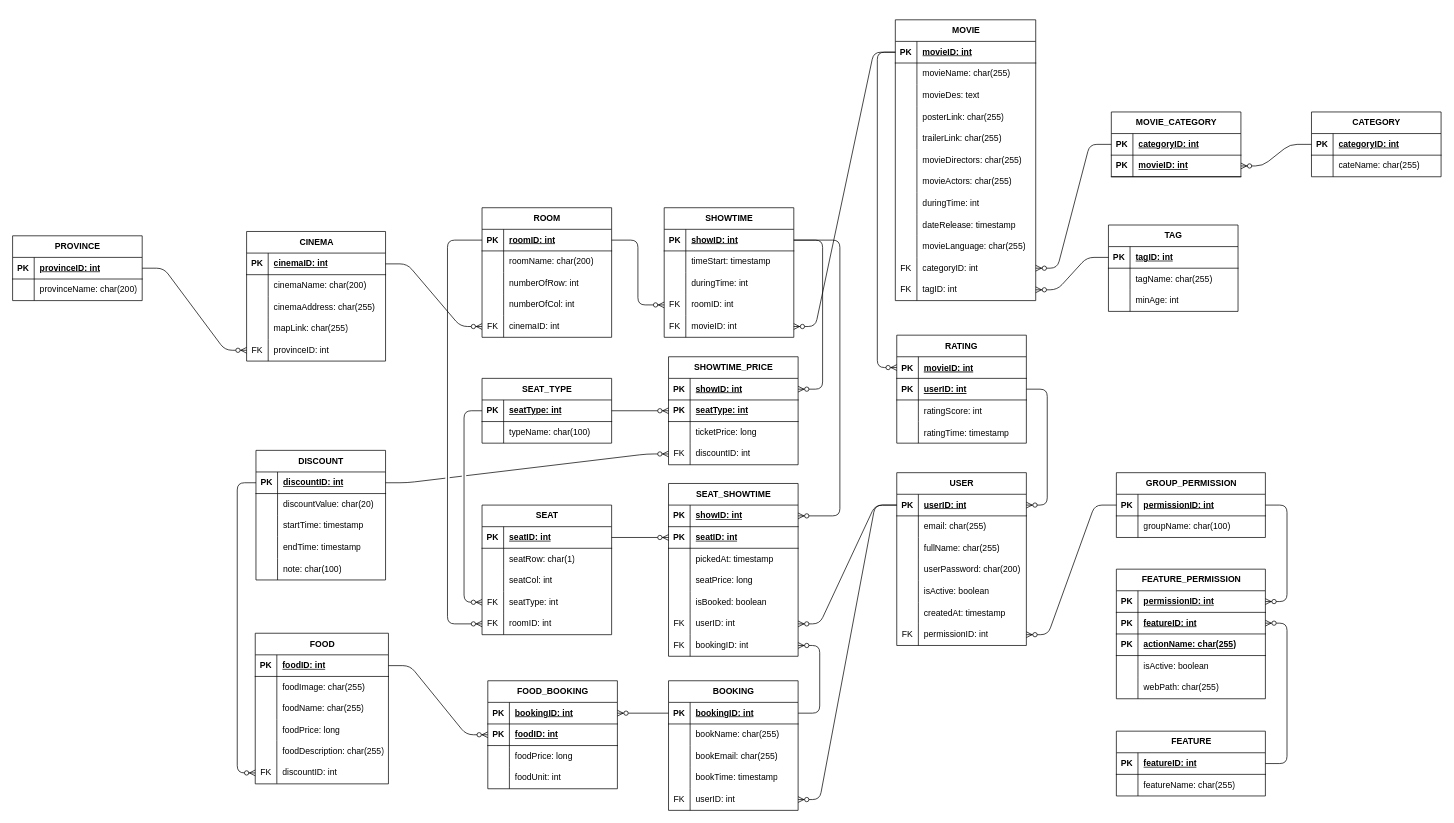
This is page "Official" (1 of 3) of movie_booking.drawio from teamdptl/WebsiteRapPhim, a draw.io file, before an edit. Source tidied: cells renumbered, new cells numbered last; positions are measured from the earlier drawing's top-left corner, leaving out a move shared by most shapes. Both pictures are drawn from the tidied source at 72%, with x=0, y=0 at pixel (12, 19).
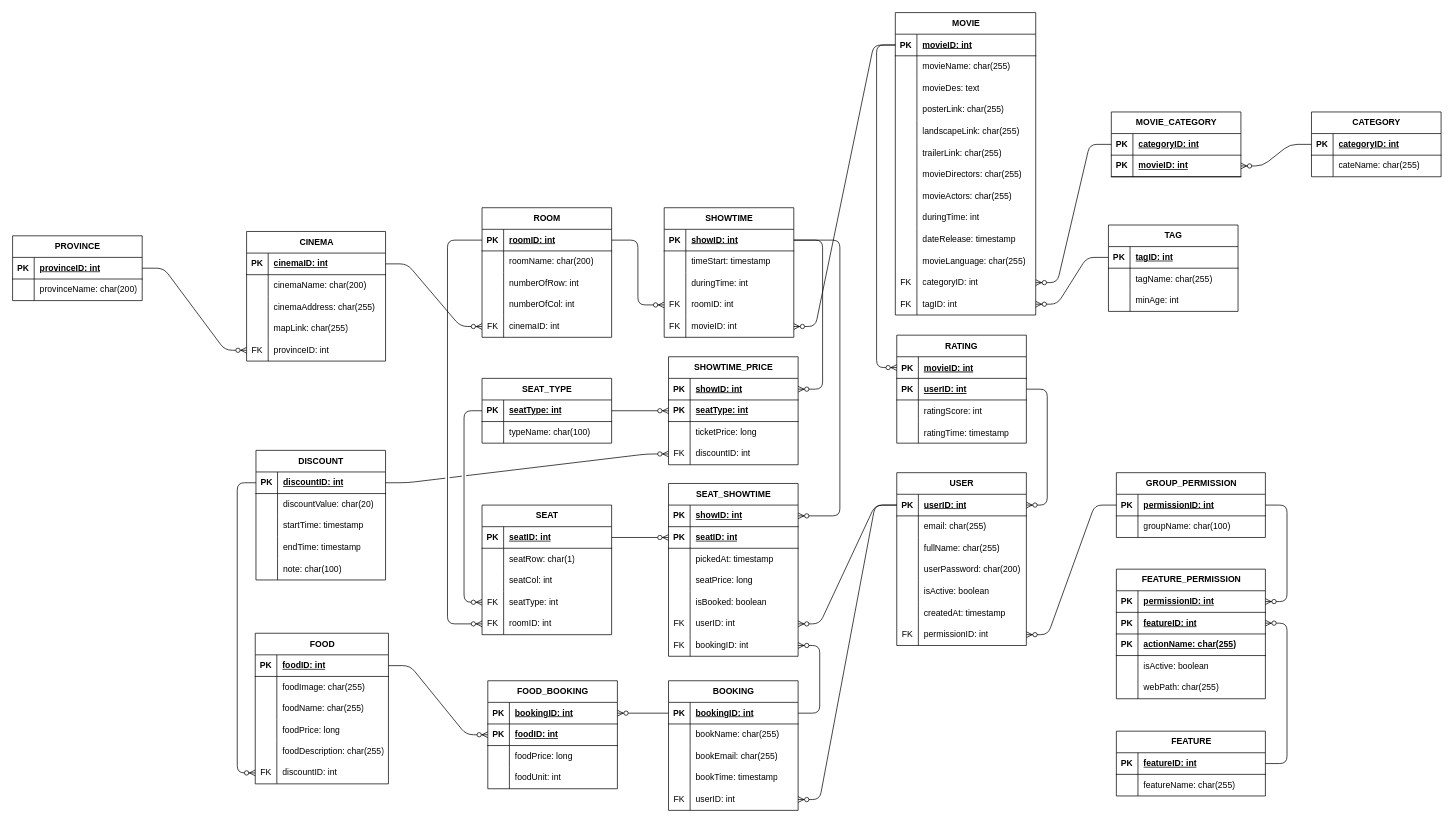
After the change.

Unchanged cells that the change refers to:
```xml
<mxCell id="125" style="shape=tableRow;horizontal=0;startSize=0;swimlaneHead=0;swimlaneBody=0;fillColor=none;points=[[0,0.5],[1,0.5]];portConstraint=eastwest;top=0;left=0;right=0;bottom=1;" parent="124" vertex="1">
  <mxGeometry y="30" width="195" height="30" as="geometry" />
</mxCell>
<mxCell id="181" style="shape=tableRow;horizontal=0;startSize=0;swimlaneHead=0;swimlaneBody=0;fillColor=none;points=[[0,0.5],[1,0.5]];portConstraint=eastwest;top=0;left=0;right=0;bottom=1;" parent="180" vertex="1">
  <mxGeometry y="30" width="180" height="30" as="geometry" />
</mxCell>
```

Change to the diagram source:
```diff
@@
     <mxCell id="124" value="MOVIE" style="shape=table;startSize=30;childLayout=tableLayout;rowLines=0;fontStyle=1;align=center;html=1;" parent="1" vertex="1">
-      <mxGeometry x="1226" width="195" height="390" as="geometry" />
+      <mxGeometry x="1226" y="-10" width="195" height="420" as="geometry" />
     </mxCell>
@@
+    <mxCell id="330" style="shape=tableRow;horizontal=0;startSize=0;swimlaneHead=0;swimlaneBody=0;fillColor=none;top=0;left=0;right=0;bottom=0;" parent="124" vertex="1">
+      <mxGeometry y="150" width="195" height="30" as="geometry" />
+    </mxCell>
+    <mxCell id="331" style="shape=partialRectangle;fillColor=none;top=0;left=0;bottom=0;right=0;overflow=hidden;whiteSpace=wrap;html=1;" parent="330" vertex="1">
+      <mxGeometry width="30" height="30" as="geometry" />
+    </mxCell>
+    <mxCell id="332" value="landscapeLink: char(255)" style="shape=partialRectangle;fillColor=none;top=0;left=0;bottom=0;right=0;align=left;spacingLeft=6;overflow=hidden;whiteSpace=wrap;html=1;" parent="330" vertex="1">
+      <mxGeometry x="30" width="165" height="30" as="geometry" />
+    </mxCell>
     <mxCell id="137" style="shape=tableRow;horizontal=0;startSize=0;swimlaneHead=0;swimlaneBody=0;fillColor=none;top=0;left=0;right=0;bottom=0;" parent="124" vertex="1">
-      <mxGeometry y="150" width="195" height="30" as="geometry" />
+      <mxGeometry y="180" width="195" height="30" as="geometry" />
     </mxCell>
@@
     <mxCell id="140" style="shape=tableRow;horizontal=0;startSize=0;swimlaneHead=0;swimlaneBody=0;fillColor=none;top=0;left=0;right=0;bottom=0;" parent="124" vertex="1">
-      <mxGeometry y="180" width="195" height="30" as="geometry" />
+      <mxGeometry y="210" width="195" height="30" as="geometry" />
     </mxCell>
@@
     <mxCell id="143" style="shape=tableRow;horizontal=0;startSize=0;swimlaneHead=0;swimlaneBody=0;fillColor=none;top=0;left=0;right=0;bottom=0;" parent="124" vertex="1">
-      <mxGeometry y="210" width="195" height="30" as="geometry" />
+      <mxGeometry y="240" width="195" height="30" as="geometry" />
     </mxCell>
@@
     <mxCell id="146" style="shape=tableRow;horizontal=0;startSize=0;swimlaneHead=0;swimlaneBody=0;fillColor=none;top=0;left=0;right=0;bottom=0;" parent="124" vertex="1">
-      <mxGeometry y="240" width="195" height="30" as="geometry" />
+      <mxGeometry y="270" width="195" height="30" as="geometry" />
     </mxCell>
@@
     <mxCell id="149" style="shape=tableRow;horizontal=0;startSize=0;swimlaneHead=0;swimlaneBody=0;fillColor=none;top=0;left=0;right=0;bottom=0;" parent="124" vertex="1">
-      <mxGeometry y="270" width="195" height="30" as="geometry" />
+      <mxGeometry y="300" width="195" height="30" as="geometry" />
     </mxCell>
@@
     <mxCell id="152" style="shape=tableRow;horizontal=0;startSize=0;swimlaneHead=0;swimlaneBody=0;fillColor=none;top=0;left=0;right=0;bottom=0;" parent="124" vertex="1">
-      <mxGeometry y="300" width="195" height="30" as="geometry" />
+      <mxGeometry y="330" width="195" height="30" as="geometry" />
     </mxCell>
@@
     <mxCell id="155" style="shape=tableRow;horizontal=0;startSize=0;swimlaneHead=0;swimlaneBody=0;fillColor=none;points=[[0,0.5],[1,0.5]];portConstraint=eastwest;top=0;left=0;right=0;bottom=0;" parent="124" vertex="1">
-      <mxGeometry y="330" width="195" height="30" as="geometry" />
+      <mxGeometry y="360" width="195" height="30" as="geometry" />
     </mxCell>
@@
     <mxCell id="158" style="shape=tableRow;horizontal=0;startSize=0;swimlaneHead=0;swimlaneBody=0;fillColor=none;points=[[0,0.5],[1,0.5]];portConstraint=eastwest;top=0;left=0;right=0;bottom=0;" parent="124" vertex="1">
-      <mxGeometry y="360" width="195" height="30" as="geometry" />
+      <mxGeometry y="390" width="195" height="30" as="geometry" />
     </mxCell>
@@
     <mxCell id="193" style="edgeStyle=orthogonalEdgeStyle;fontSize=12;html=1;endArrow=ERzeroToMany;endFill=1;exitX=0;exitY=0.5;exitDx=0;exitDy=0;entryX=0;entryY=0.5;entryDx=0;entryDy=0;" parent="1" edge="1" source="125" target="181">
       <mxGeometry relative="1" as="geometry">
         <Array as="points">
-          <mxPoint x="1201" y="45" />
-          <mxPoint x="1201" y="483" />
+          <mxPoint x="1200" y="35" />
+          <mxPoint x="1200" y="483" />
         </Array>
       </mxGeometry>
     </mxCell>
```
